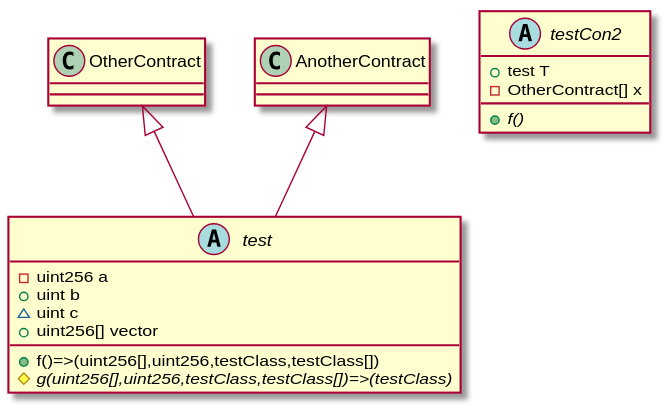
Above: plantUML.svg in MaxWdeMon/solidity2plantuml (PlantUML), before the change. The source it was exported from:
```plantuml
@startuml
abstract class test{
	-uint256 a
	+uint b
	~uint c
	+uint256[] vector
	+f()=>(uint256[],uint256,testClass,testClass[])
	{abstract}#g(uint256[],uint256,testClass,testClass[])=>(testClass)
}
OtherContract <|-- test
AnotherContract <|-- test

abstract class testCon2{
	+test T
	-OtherContract[] x
	{abstract}+f()
}

@enduml
```
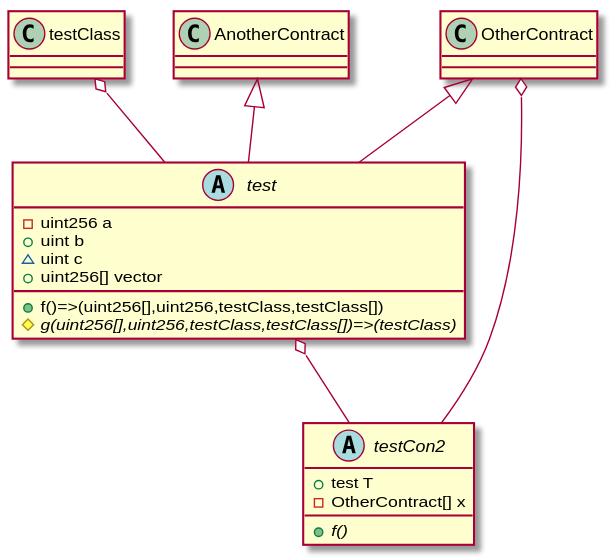
The same diagram one commit later.

What changed in the source:
```diff
@@ -1,4 +1,5 @@
 @startuml
+
 abstract class test{
 	-uint256 a
 	+uint b
@@ -7,13 +8,15 @@
 	+f()=>(uint256[],uint256,testClass,testClass[])
 	{abstract}#g(uint256[],uint256,testClass,testClass[])=>(testClass)
 }
+testClass o-- test
 OtherContract <|-- test
 AnotherContract <|-- test
-
 abstract class testCon2{
 	+test T
 	-OtherContract[] x
 	{abstract}+f()
 }
+test o-- testCon2
+OtherContract o-- testCon2
 
 @enduml
```
